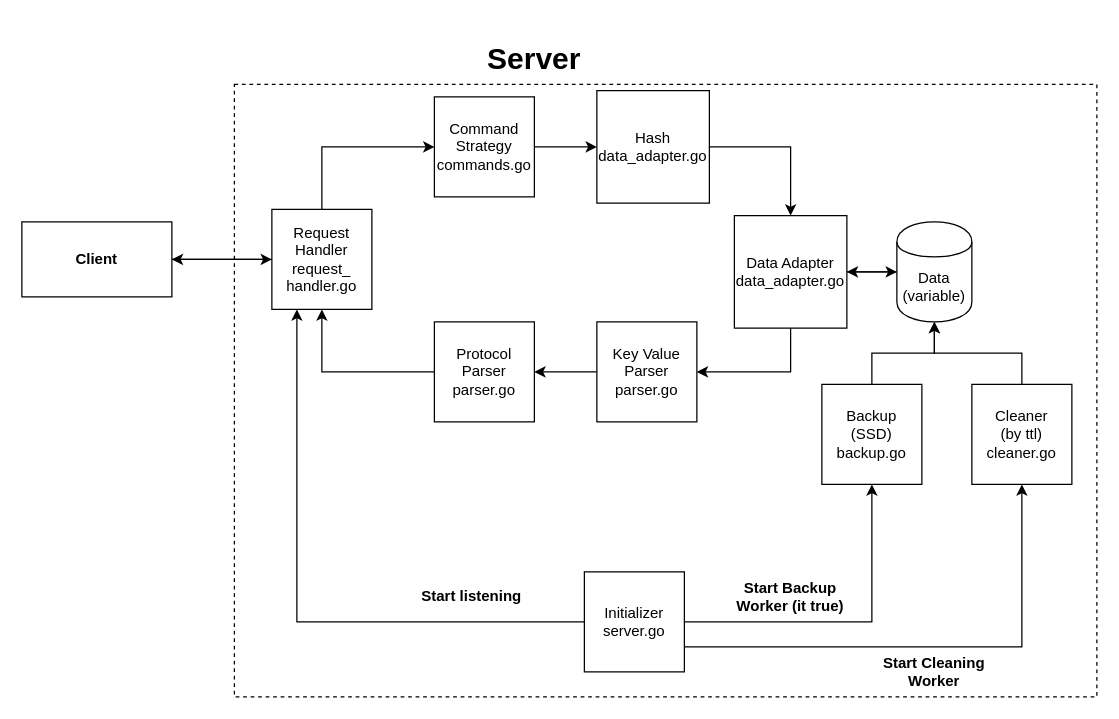
The draw.io diagram go-redis-server.drawio in idanmadmon/go-redis-server, before the edit. Source tidied: cells renumbered, new cells numbered last; positions are measured from the earlier drawing's top-left corner, leaving out a move shared by most shapes. Both pictures are drawn from the tidied source at 125%, with x=0, y=0 at pixel (21, 46).
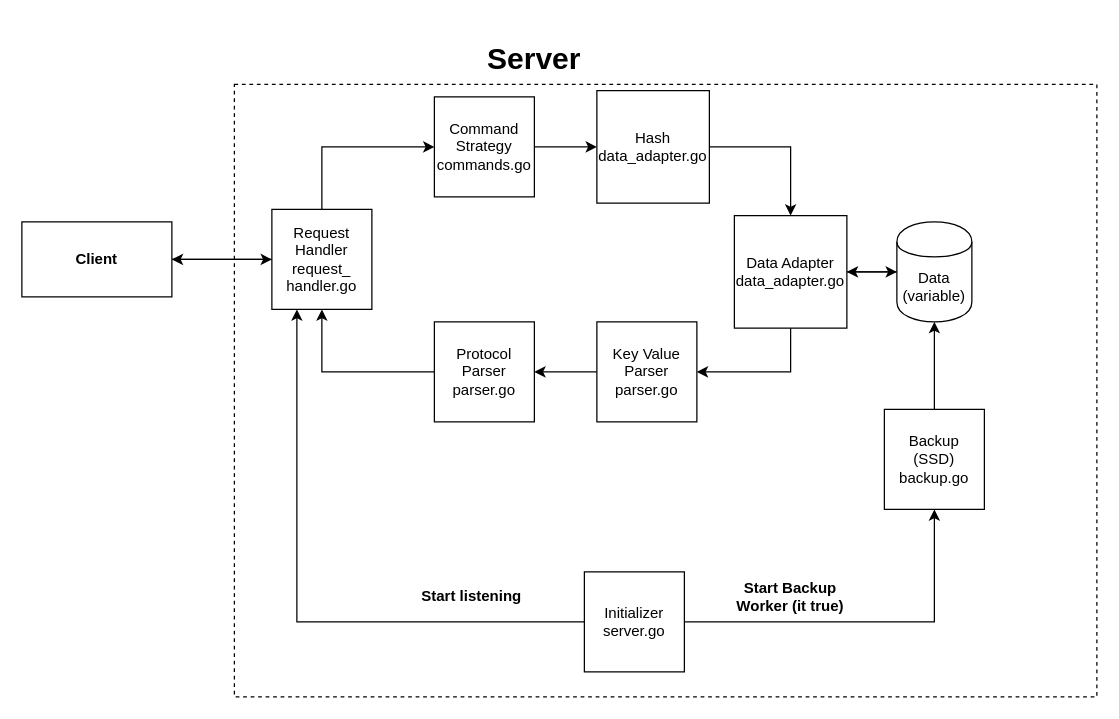
After the change.

Unchanged cells that the change refers to:
```xml
<mxCell id="17" value="Data&lt;br&gt;(variable)" style="shape=cylinder;whiteSpace=wrap;html=1;boundedLbl=1;backgroundOutline=1;fillColor=#ffffff;" parent="1" vertex="1">
  <mxGeometry x="700" y="140" width="60" height="80" as="geometry" />
</mxCell>
<mxCell id="25" value="Initializer&lt;br&gt;server.go" style="whiteSpace=wrap;html=1;fillColor=#ffffff;" parent="1" vertex="1">
  <mxGeometry x="450" y="420" width="80" height="80" as="geometry" />
</mxCell>
```

Diff of the diagram source:
```diff
@@
-    <mxCell id="24" style="edgeStyle=orthogonalEdgeStyle;rounded=0;jettySize=auto;html=1;exitX=1;exitY=0.75;exitDx=0;exitDy=0;entryX=0.5;entryY=1;entryDx=0;entryDy=0;" parent="1" edge="1" source="25" target="27">
-      <mxGeometry relative="1" as="geometry" />
-    </mxCell>
@@
-    <mxCell id="26" style="edgeStyle=orthogonalEdgeStyle;rounded=0;jettySize=auto;html=1;" parent="1" edge="1" source="27" target="17">
-      <mxGeometry relative="1" as="geometry" />
-    </mxCell>
-    <mxCell id="27" value="Cleaner&lt;br&gt;(by ttl)&lt;br&gt;cleaner.go" style="whiteSpace=wrap;html=1;fillColor=#ffffff;" parent="1" vertex="1">
-      <mxGeometry x="760" y="270" width="80" height="80" as="geometry" />
-    </mxCell>
@@
     <mxCell id="29" value="Backup&lt;br&gt;(SSD)&lt;br&gt;backup.go" style="whiteSpace=wrap;html=1;fillColor=#ffffff;" parent="1" vertex="1">
-      <mxGeometry x="640" y="270" width="80" height="80" as="geometry" />
+      <mxGeometry x="690" y="290" width="80" height="80" as="geometry" />
     </mxCell>
-    <mxCell id="30" value="&lt;b&gt;Start Cleaning Worker&lt;/b&gt;" style="text;html=1;strokeColor=none;fillColor=none;align=center;verticalAlign=middle;whiteSpace=wrap;rounded=0;" parent="1" vertex="1">
-      <mxGeometry x="670" y="490" width="120" height="20" as="geometry" />
-    </mxCell>
```
